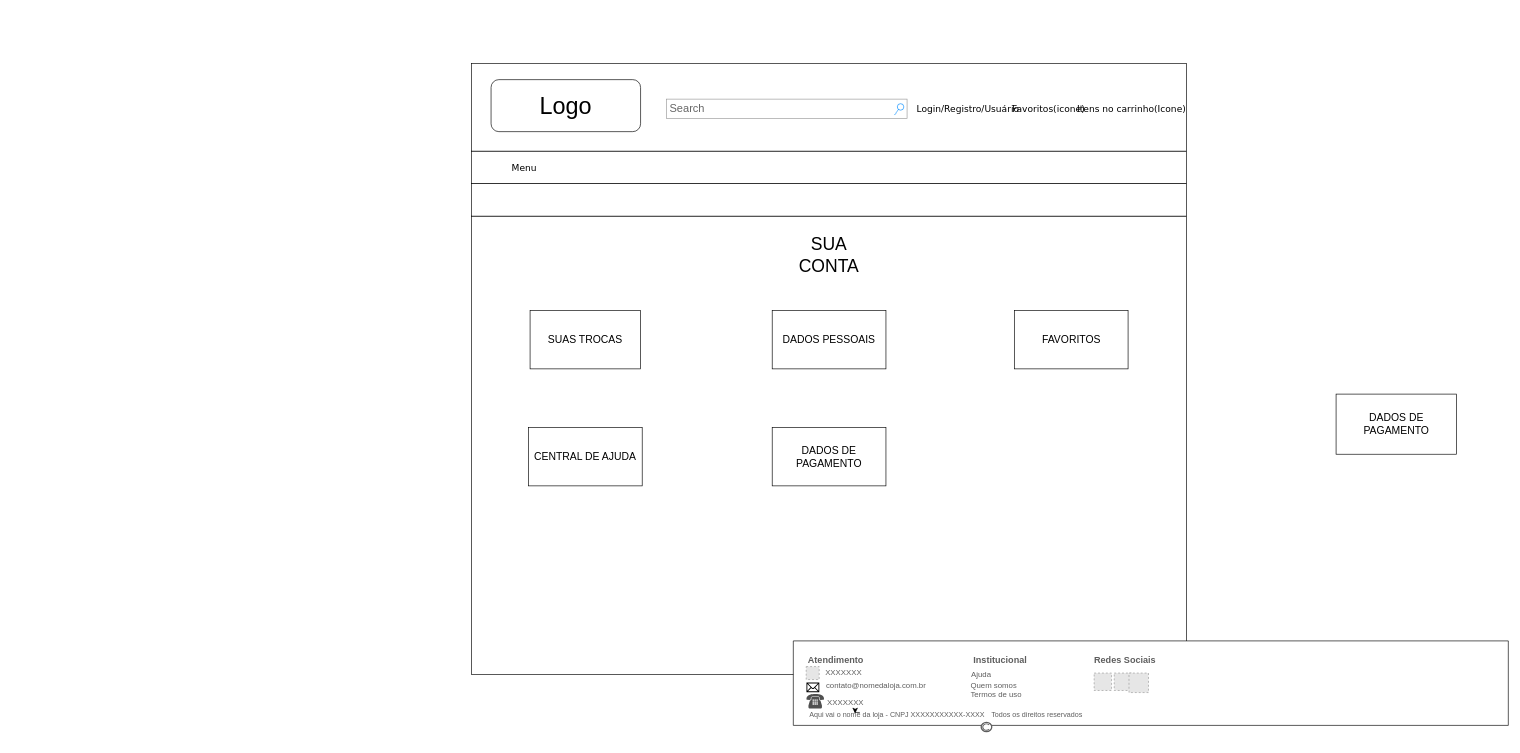
pdaambrosio/dh_group_5 keeps this draw.io diagram as page "2.1 Perfil do cliente" (6 of 17) of wireframe.drawio. Above is the earlier version. Source tidied: cells renumbered, new cells numbered last; positions are measured from the earlier drawing's top-left corner, leaving out a move shared by most shapes. Both pictures are drawn from the tidied source at 65%, with x=0, y=0 at pixel (471, 63). Pictures stored in the file or linked from it are replaced by grey dashed boxes.
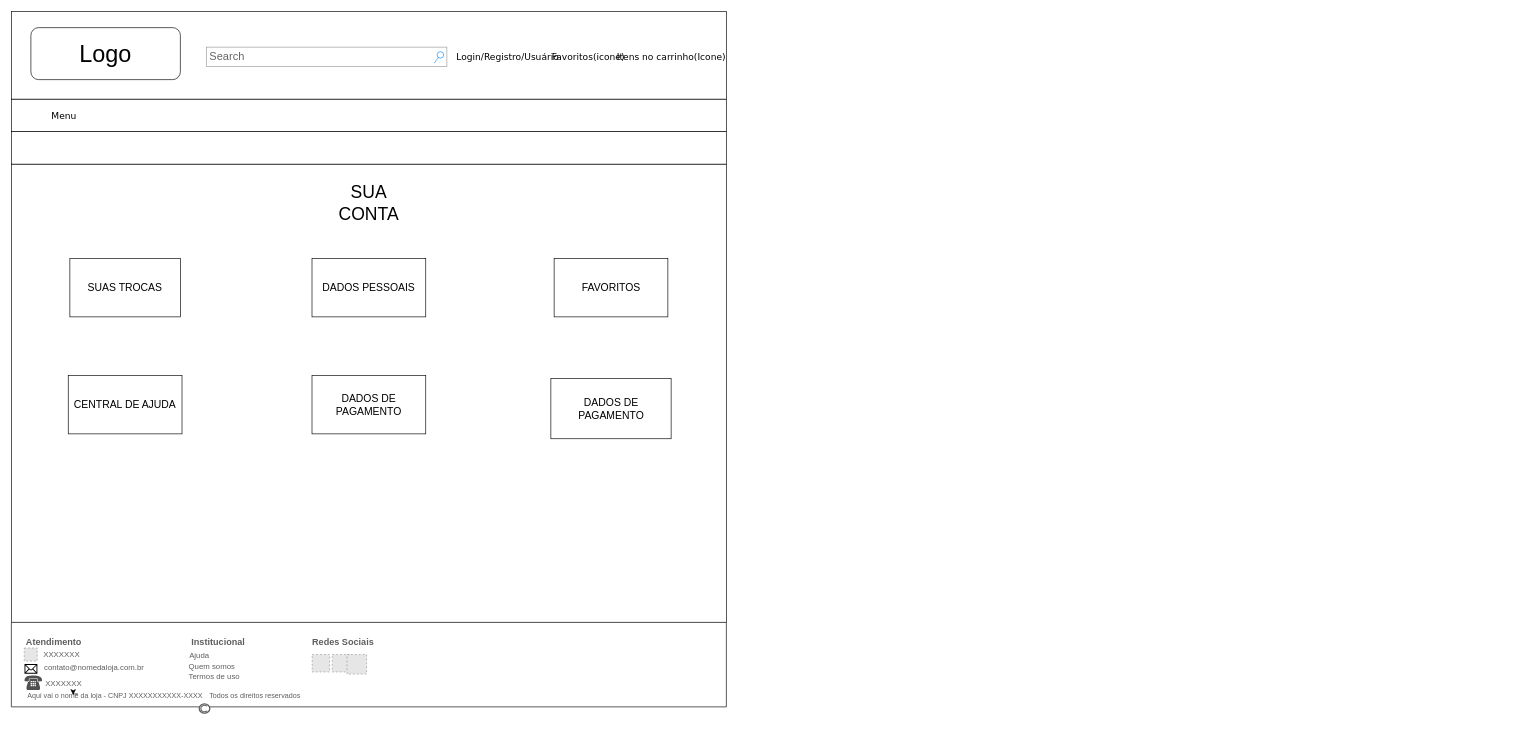
The same page after the edit.

Diff of the diagram source:
```diff
@@
+    <mxCell id="46" style="group;" parent="1" vertex="1">
+      <mxGeometry x="-708" y="-80" width="1100" height="1095.2" as="geometry" />
+    </mxCell>
-    <mxCell id="2" style="rounded=0;whiteSpace=wrap;html=1;" parent="1" vertex="1">
+    <mxCell id="2" style="rounded=0;whiteSpace=wrap;html=1;" parent="46" vertex="1">
       <mxGeometry y="235" width="1100" height="705" as="geometry" />
     </mxCell>
-    <mxCell id="3" style="rounded=0;whiteSpace=wrap;html=1;" parent="1" vertex="1">
-      <mxGeometry x="1330" y="508.8" width="185" height="92.5" as="geometry" />
+    <mxCell id="3" style="rounded=0;whiteSpace=wrap;html=1;" parent="46" vertex="1">
+      <mxGeometry x="830" y="565" width="185" height="92.5" as="geometry" />
     </mxCell>
-    <mxCell id="4" style="rounded=0;whiteSpace=wrap;html=1;" parent="1" vertex="1">
+    <mxCell id="4" style="rounded=0;whiteSpace=wrap;html=1;" parent="46" vertex="1">
       <mxGeometry x="462.5" y="560" width="175" height="90" as="geometry" />
     </mxCell>
-    <mxCell id="5" style="rounded=0;whiteSpace=wrap;html=1;" parent="1" vertex="1">
+    <mxCell id="5" style="rounded=0;whiteSpace=wrap;html=1;" parent="46" vertex="1">
       <mxGeometry y="135" width="1100" height="50" as="geometry" />
     </mxCell>
-    <mxCell id="6" style="rounded=0;whiteSpace=wrap;html=1;" parent="1" vertex="1">
+    <mxCell id="6" style="rounded=0;whiteSpace=wrap;html=1;" parent="46" vertex="1">
       <mxGeometry width="1100" height="135" as="geometry" />
     </mxCell>
-    <mxCell id="7" value="Search" style="strokeWidth=1;shadow=0;dashed=0;align=center;html=1;shape=mxgraph.mockup.forms.searchBox;strokeColor=#999999;mainText=;strokeColor2=#008cff;fontColor=#666666;fontSize=17;align=left;spacingLeft=3;rounded=0;labelBackgroundColor=none;comic=1;" parent="1" vertex="1">
+    <mxCell id="7" value="Search" style="strokeWidth=1;shadow=0;dashed=0;align=center;html=1;shape=mxgraph.mockup.forms.searchBox;strokeColor=#999999;mainText=;strokeColor2=#008cff;fontColor=#666666;fontSize=17;align=left;spacingLeft=3;rounded=0;labelBackgroundColor=none;comic=1;" parent="46" vertex="1">
       <mxGeometry x="300" y="55" width="370" height="30" as="geometry" />
     </mxCell>
-    <mxCell id="8" value="Login/Registro/Usuário" style="text;html=1;align=left;verticalAlign=top;spacingTop=-4;fontSize=14;fontFamily=Verdana;" parent="1" vertex="1">
+    <mxCell id="8" value="Login/Registro/Usuário" style="text;html=1;align=left;verticalAlign=top;spacingTop=-4;fontSize=14;fontFamily=Verdana;" parent="46" vertex="1">
       <mxGeometry x="683" y="60" width="60" height="20" as="geometry" />
     </mxCell>
-    <mxCell id="9" value="Favoritos(icone)" style="text;html=1;align=left;verticalAlign=top;spacingTop=-4;fontSize=14;fontFamily=Verdana;" parent="1" vertex="1">
+    <mxCell id="9" value="Favoritos(icone)" style="text;html=1;align=left;verticalAlign=top;spacingTop=-4;fontSize=14;fontFamily=Verdana;" parent="46" vertex="1">
       <mxGeometry x="830" y="60" width="60" height="20" as="geometry" />
     </mxCell>
-    <mxCell id="10" value="Itens no carrinho(Icone)" style="text;html=1;align=left;verticalAlign=top;spacingTop=-4;fontSize=14;fontFamily=Verdana;" parent="1" vertex="1">
+    <mxCell id="10" value="Itens no carrinho(Icone)" style="text;html=1;align=left;verticalAlign=top;spacingTop=-4;fontSize=14;fontFamily=Verdana;" parent="46" vertex="1">
       <mxGeometry x="930" y="60" width="60" height="20" as="geometry" />
     </mxCell>
-    <mxCell id="11" value="Menu" style="text;html=1;align=left;verticalAlign=top;spacingTop=-4;fontSize=14;fontFamily=Verdana;" parent="1" vertex="1">
+    <mxCell id="11" value="Menu" style="text;html=1;align=left;verticalAlign=top;spacingTop=-4;fontSize=14;fontFamily=Verdana;" parent="46" vertex="1">
       <mxGeometry x="60" y="150" width="60" height="20" as="geometry" />
     </mxCell>
-    <mxCell id="12" value="&lt;font style=&quot;font-size: 36px&quot;&gt;Logo&lt;/font&gt;" style="rounded=1;whiteSpace=wrap;html=1;" parent="1" vertex="1">
+    <mxCell id="12" value="&lt;font style=&quot;font-size: 36px&quot;&gt;Logo&lt;/font&gt;" style="rounded=1;whiteSpace=wrap;html=1;" parent="46" vertex="1">
       <mxGeometry x="30" y="25" width="230" height="80" as="geometry" />
     </mxCell>
-    <mxCell id="13" style="rounded=0;whiteSpace=wrap;html=1;" parent="1" vertex="1">
+    <mxCell id="13" style="rounded=0;whiteSpace=wrap;html=1;" parent="46" vertex="1">
       <mxGeometry y="185" width="1100" height="50" as="geometry" />
     </mxCell>
-    <mxCell id="14" value="&lt;font style=&quot;font-size: 27px&quot;&gt;SUA CONTA&lt;/font&gt;" style="text;html=1;strokeColor=none;fillColor=none;align=center;verticalAlign=middle;whiteSpace=wrap;rounded=0;" parent="1" vertex="1">
+    <mxCell id="14" value="&lt;font style=&quot;font-size: 27px&quot;&gt;SUA CONTA&lt;/font&gt;" style="text;html=1;strokeColor=none;fillColor=none;align=center;verticalAlign=middle;whiteSpace=wrap;rounded=0;" parent="46" vertex="1">
       <mxGeometry x="490" y="250" width="120" height="90" as="geometry" />
     </mxCell>
-    <mxCell id="15" style="rounded=0;whiteSpace=wrap;html=1;" parent="1" vertex="1">
+    <mxCell id="15" style="rounded=0;whiteSpace=wrap;html=1;" parent="46" vertex="1">
       <mxGeometry x="90" y="380" width="170" height="90" as="geometry" />
     </mxCell>
-    <mxCell id="16" value="&lt;font style=&quot;font-size: 16px&quot;&gt;SUAS TROCAS&lt;/font&gt;" style="text;html=1;strokeColor=none;fillColor=none;align=center;verticalAlign=middle;whiteSpace=wrap;rounded=0;" parent="1" vertex="1">
+    <mxCell id="16" value="&lt;font style=&quot;font-size: 16px&quot;&gt;SUAS TROCAS&lt;/font&gt;" style="text;html=1;strokeColor=none;fillColor=none;align=center;verticalAlign=middle;whiteSpace=wrap;rounded=0;" parent="46" vertex="1">
       <mxGeometry x="85" y="390" width="180" height="70" as="geometry" />
     </mxCell>
-    <mxCell id="17" style="rounded=0;whiteSpace=wrap;html=1;" parent="1" vertex="1">
+    <mxCell id="17" style="rounded=0;whiteSpace=wrap;html=1;" parent="46" vertex="1">
       <mxGeometry x="462.5" y="380" width="175" height="90" as="geometry" />
     </mxCell>
-    <mxCell id="18" style="rounded=0;whiteSpace=wrap;html=1;" parent="1" vertex="1">
+    <mxCell id="18" style="rounded=0;whiteSpace=wrap;html=1;" parent="46" vertex="1">
       <mxGeometry x="835" y="380" width="175" height="90" as="geometry" />
     </mxCell>
-    <mxCell id="19" value="&lt;font style=&quot;font-size: 16px&quot;&gt;DADOS PESSOAIS&lt;/font&gt;" style="text;html=1;strokeColor=none;fillColor=none;align=center;verticalAlign=middle;whiteSpace=wrap;rounded=0;" parent="1" vertex="1">
+    <mxCell id="19" value="&lt;font style=&quot;font-size: 16px&quot;&gt;DADOS PESSOAIS&lt;/font&gt;" style="text;html=1;strokeColor=none;fillColor=none;align=center;verticalAlign=middle;whiteSpace=wrap;rounded=0;" parent="46" vertex="1">
       <mxGeometry x="450" y="385" width="200" height="80" as="geometry" />
     </mxCell>
-    <mxCell id="20" value="&lt;span style=&quot;font-size: 16px&quot;&gt;DADOS DE &lt;br&gt;PAGAMENTO&lt;/span&gt;" style="text;html=1;strokeColor=none;fillColor=none;align=center;verticalAlign=middle;whiteSpace=wrap;rounded=0;" parent="1" vertex="1">
+    <mxCell id="20" value="&lt;span style=&quot;font-size: 16px&quot;&gt;DADOS DE &lt;br&gt;PAGAMENTO&lt;/span&gt;" style="text;html=1;strokeColor=none;fillColor=none;align=center;verticalAlign=middle;whiteSpace=wrap;rounded=0;" parent="46" vertex="1">
       <mxGeometry x="450" y="565" width="200" height="80" as="geometry" />
     </mxCell>
-    <mxCell id="21" value="&lt;span style=&quot;font-size: 16px&quot;&gt;FAVORITOS&lt;/span&gt;" style="text;html=1;strokeColor=none;fillColor=none;align=center;verticalAlign=middle;whiteSpace=wrap;rounded=0;" parent="1" vertex="1">
+    <mxCell id="21" value="&lt;span style=&quot;font-size: 16px&quot;&gt;FAVORITOS&lt;/span&gt;" style="text;html=1;strokeColor=none;fillColor=none;align=center;verticalAlign=middle;whiteSpace=wrap;rounded=0;" parent="46" vertex="1">
       <mxGeometry x="822.5" y="385" width="200" height="80" as="geometry" />
     </mxCell>
-    <mxCell id="22" style="rounded=0;whiteSpace=wrap;html=1;" parent="1" vertex="1">
+    <mxCell id="22" style="rounded=0;whiteSpace=wrap;html=1;" parent="46" vertex="1">
       <mxGeometry x="87.5" y="560" width="175" height="90" as="geometry" />
     </mxCell>
-    <mxCell id="23" value="&lt;span style=&quot;font-size: 16px&quot;&gt;CENTRAL DE AJUDA&lt;/span&gt;" style="text;html=1;strokeColor=none;fillColor=none;align=center;verticalAlign=middle;whiteSpace=wrap;rounded=0;" parent="1" vertex="1">
+    <mxCell id="23" value="&lt;span style=&quot;font-size: 16px&quot;&gt;CENTRAL DE AJUDA&lt;/span&gt;" style="text;html=1;strokeColor=none;fillColor=none;align=center;verticalAlign=middle;whiteSpace=wrap;rounded=0;" parent="46" vertex="1">
       <mxGeometry x="75" y="565" width="200" height="80" as="geometry" />
     </mxCell>
-    <mxCell id="24" value="&lt;span style=&quot;font-size: 16px&quot;&gt;DADOS DE &lt;br&gt;PAGAMENTO&lt;/span&gt;" style="text;html=1;strokeColor=none;fillColor=none;align=center;verticalAlign=middle;whiteSpace=wrap;rounded=0;" parent="1" vertex="1">
-      <mxGeometry x="1322.5" y="515" width="200" height="80" as="geometry" />
+    <mxCell id="24" value="&lt;span style=&quot;font-size: 16px&quot;&gt;DADOS DE &lt;br&gt;PAGAMENTO&lt;/span&gt;" style="text;html=1;strokeColor=none;fillColor=none;align=center;verticalAlign=middle;whiteSpace=wrap;rounded=0;" parent="46" vertex="1">
+      <mxGeometry x="822.5" y="571.2" width="200" height="80" as="geometry" />
     </mxCell>
-    <mxCell id="25" style="verticalLabelPosition=bottom;verticalAlign=top;html=1;shape=mxgraph.basic.rect;fillColor2=none;strokeWidth=1;size=20;indent=5;" parent="1" vertex="1">
-      <mxGeometry x="495" y="888.5" width="1100" height="130" as="geometry" />
+    <mxCell id="25" style="verticalLabelPosition=bottom;verticalAlign=top;html=1;shape=mxgraph.basic.rect;fillColor2=none;strokeWidth=1;size=20;indent=5;" parent="46" vertex="1">
+      <mxGeometry y="940" width="1100" height="130" as="geometry" />
     </mxCell>
-    <mxCell id="26" value="&lt;h1&gt;&lt;font style=&quot;font-weight: normal ; font-size: 12px&quot; color=&quot;#5e5e5e&quot;&gt;Ajuda&lt;/font&gt;&lt;/h1&gt;" style="text;html=1;strokeColor=none;fillColor=none;spacing=5;spacingTop=-20;whiteSpace=wrap;overflow=hidden;rounded=0;" parent="1" vertex="1">
-      <mxGeometry x="763.8" y="915.5" width="58.8" height="45" as="geometry" />
+    <mxCell id="26" value="&lt;h1&gt;&lt;font style=&quot;font-weight: normal ; font-size: 12px&quot; color=&quot;#5e5e5e&quot;&gt;Ajuda&lt;/font&gt;&lt;/h1&gt;" style="text;html=1;strokeColor=none;fillColor=none;spacing=5;spacingTop=-20;whiteSpace=wrap;overflow=hidden;rounded=0;" parent="46" vertex="1">
+      <mxGeometry x="268.8" y="967" width="58.8" height="45" as="geometry" />
     </mxCell>
-    <mxCell id="27" value="&lt;h1&gt;&lt;font style=&quot;font-size: 12px ; font-weight: normal&quot; color=&quot;#5e5e5e&quot;&gt;Termos de uso&lt;/font&gt;&lt;/h1&gt;" style="text;html=1;strokeColor=none;fillColor=none;spacing=5;spacingTop=-20;whiteSpace=wrap;overflow=hidden;rounded=0;" parent="1" vertex="1">
-      <mxGeometry x="762.5" y="948" width="100" height="45" as="geometry" />
+    <mxCell id="27" value="&lt;h1&gt;&lt;font style=&quot;font-size: 12px ; font-weight: normal&quot; color=&quot;#5e5e5e&quot;&gt;Termos de uso&lt;/font&gt;&lt;/h1&gt;" style="text;html=1;strokeColor=none;fillColor=none;spacing=5;spacingTop=-20;whiteSpace=wrap;overflow=hidden;rounded=0;" parent="46" vertex="1">
+      <mxGeometry x="267.5" y="999.5" width="100" height="45" as="geometry" />
     </mxCell>
-    <mxCell id="28" style="verticalLabelPosition=bottom;shadow=0;dashed=0;verticalAlign=top;strokeWidth=2;html=1;shape=mxgraph.mockup.misc.copyrightIcon;strokeColor=#5E5E5E;fontSize=10;" parent="1" vertex="1">
-      <mxGeometry x="784" y="1014" width="16.3" height="14.2" as="geometry" />
+    <mxCell id="28" style="verticalLabelPosition=bottom;shadow=0;dashed=0;verticalAlign=top;strokeWidth=2;html=1;shape=mxgraph.mockup.misc.copyrightIcon;strokeColor=#5E5E5E;fontSize=10;" parent="46" vertex="1">
+      <mxGeometry x="289" y="1065.5" width="16.3" height="14.2" as="geometry" />
     </mxCell>
-    <mxCell id="29" value="&lt;h1 style=&quot;font-size: 11px;&quot;&gt;&lt;font style=&quot;font-size: 11px; font-weight: normal;&quot; color=&quot;#5e5e5e&quot;&gt;Todos os direitos reservados&amp;nbsp;&lt;/font&gt;&lt;/h1&gt;" style="text;html=1;strokeColor=none;fillColor=none;spacing=5;spacingTop=-20;whiteSpace=wrap;overflow=hidden;rounded=0;strokeWidth=2;fontSize=11;" parent="1" vertex="1">
-      <mxGeometry x="795" y="998.7" width="199.6" height="45" as="geometry" />
+    <mxCell id="29" value="&lt;h1 style=&quot;font-size: 11px;&quot;&gt;&lt;font style=&quot;font-size: 11px; font-weight: normal;&quot; color=&quot;#5e5e5e&quot;&gt;Todos os direitos reservados&amp;nbsp;&lt;/font&gt;&lt;/h1&gt;" style="text;html=1;strokeColor=none;fillColor=none;spacing=5;spacingTop=-20;whiteSpace=wrap;overflow=hidden;rounded=0;strokeWidth=2;fontSize=11;" parent="46" vertex="1">
+      <mxGeometry x="300" y="1050.2" width="199.6" height="45" as="geometry" />
     </mxCell>
-    <mxCell id="30" style="edgeStyle=orthogonalEdgeStyle;rounded=0;jettySize=auto;html=1;exitX=0.25;exitY=0;exitDx=0;exitDy=0;entryX=0.714;entryY=1.375;entryDx=0;entryDy=0;entryPerimeter=0;" parent="1" edge="1" source="31" target="45">
-      <mxGeometry relative="1" as="geometry" />
-    </mxCell>
-    <mxCell id="31" value="&lt;h1 style=&quot;font-size: 11px;&quot;&gt;&lt;span style=&quot;font-size: 11px; font-weight: 400;&quot;&gt;&lt;font color=&quot;#5e5e5e&quot; style=&quot;font-size: 11px;&quot;&gt;Aqui vai o nome da loja - CNPJ XXXXXXXXXXX-XXXX&lt;/font&gt;&lt;/span&gt;&lt;/h1&gt;" style="text;html=1;strokeColor=none;fillColor=none;spacing=5;spacingTop=-20;whiteSpace=wrap;overflow=hidden;rounded=0;strokeWidth=2;fontSize=11;" parent="1" vertex="1">
-      <mxGeometry x="514.8" y="998.6" width="330" height="45.1" as="geometry" />
+    <mxCell id="31" value="&lt;h1 style=&quot;font-size: 11px;&quot;&gt;&lt;span style=&quot;font-size: 11px; font-weight: 400;&quot;&gt;&lt;font color=&quot;#5e5e5e&quot; style=&quot;font-size: 11px;&quot;&gt;Aqui vai o nome da loja - CNPJ XXXXXXXXXXX-XXXX&lt;/font&gt;&lt;/span&gt;&lt;/h1&gt;" style="text;html=1;strokeColor=none;fillColor=none;spacing=5;spacingTop=-20;whiteSpace=wrap;overflow=hidden;rounded=0;strokeWidth=2;fontSize=11;" parent="46" vertex="1">
+      <mxGeometry x="19.8" y="1050.1" width="330" height="45.1" as="geometry" />
     </mxCell>
-    <mxCell id="32" value="&lt;font color=&quot;#5e5e5e&quot; style=&quot;font-size: 14px&quot;&gt;&lt;b&gt;Redes Sociais&lt;/b&gt;&lt;/font&gt;" style="text;html=1;align=center;verticalAlign=middle;" parent="1" vertex="1">
-      <mxGeometry x="950" y="908" width="110" height="20" as="geometry" />
+    <mxCell id="32" value="&lt;font color=&quot;#5e5e5e&quot; style=&quot;font-size: 14px&quot;&gt;&lt;b&gt;Redes Sociais&lt;/b&gt;&lt;/font&gt;" style="text;html=1;align=center;verticalAlign=middle;" parent="46" vertex="1">
+      <mxGeometry x="455" y="959.5" width="110" height="20" as="geometry" />
     </mxCell>
-    <mxCell id="33" style="group;" parent="1" vertex="1">
-      <mxGeometry x="957.8" y="938" width="88.6" height="30" as="geometry" />
+    <mxCell id="33" style="group;" parent="46" vertex="1">
+      <mxGeometry x="462.8" y="989.5" width="88.6" height="30" as="geometry" />
     </mxCell>
@@
-    <mxCell id="37" value="&lt;font color=&quot;#5e5e5e&quot; size=&quot;1&quot;&gt;&lt;b style=&quot;font-size: 14px&quot;&gt;Atendimento&lt;/b&gt;&lt;/font&gt;" style="text;html=1;align=center;verticalAlign=middle;" parent="1" vertex="1">
-      <mxGeometry x="510" y="908" width="100" height="20" as="geometry" />
+    <mxCell id="37" value="&lt;font color=&quot;#5e5e5e&quot; size=&quot;1&quot;&gt;&lt;b style=&quot;font-size: 14px&quot;&gt;Atendimento&lt;/b&gt;&lt;/font&gt;" style="text;html=1;align=center;verticalAlign=middle;" parent="46" vertex="1">
+      <mxGeometry x="15" y="959.5" width="100" height="20" as="geometry" />
     </mxCell>
-    <mxCell id="38" style="fillColor=#E6E6E6;strokeColor=#999999;dashed=1;html=1;verticalAlign=top;verticalLabelPosition=bottom;labelBackgroundColor=#ffffff;" parent="1" vertex="1">
-      <mxGeometry x="514.8" y="928" width="20" height="20" as="geometry" />
+    <mxCell id="38" style="fillColor=#E6E6E6;strokeColor=#999999;dashed=1;html=1;verticalAlign=top;verticalLabelPosition=bottom;labelBackgroundColor=#ffffff;" parent="46" vertex="1">
+      <mxGeometry x="19.8" y="979.5" width="20" height="20" as="geometry" />
     </mxCell>
-    <mxCell id="39" value="&lt;font color=&quot;#5e5e5e&quot;&gt;XXXXXXX&lt;/font&gt;" style="text;html=1;align=center;verticalAlign=middle;" parent="1" vertex="1">
-      <mxGeometry x="537" y="928" width="70" height="20" as="geometry" />
+    <mxCell id="39" value="&lt;font color=&quot;#5e5e5e&quot;&gt;XXXXXXX&lt;/font&gt;" style="text;html=1;align=center;verticalAlign=middle;" parent="46" vertex="1">
+      <mxGeometry x="42" y="979.5" width="70" height="20" as="geometry" />
     </mxCell>
-    <mxCell id="40" style="shape=mxgraph.signs.tech.mail;html=1;fillColor=#000000;strokeColor=none;verticalLabelPosition=bottom;verticalAlign=top;align=center;" parent="1" vertex="1">
-      <mxGeometry x="515.2" y="952.5" width="19.8" height="15" as="geometry" />
+    <mxCell id="40" style="shape=mxgraph.signs.tech.mail;html=1;fillColor=#000000;strokeColor=none;verticalLabelPosition=bottom;verticalAlign=top;align=center;" parent="46" vertex="1">
+      <mxGeometry x="20.2" y="1004" width="19.8" height="15" as="geometry" />
     </mxCell>
-    <mxCell id="41" value="&lt;font color=&quot;#5e5e5e&quot;&gt;contato@nomedaloja.com.br&lt;br&gt;&lt;/font&gt;" style="text;html=1;align=center;verticalAlign=middle;" parent="1" vertex="1">
-      <mxGeometry x="537" y="948" width="170" height="20" as="geometry" />
+    <mxCell id="41" value="&lt;font color=&quot;#5e5e5e&quot;&gt;contato@nomedaloja.com.br&lt;br&gt;&lt;/font&gt;" style="text;html=1;align=center;verticalAlign=middle;" parent="46" vertex="1">
+      <mxGeometry x="42" y="999.5" width="170" height="20" as="geometry" />
     </mxCell>
-    <mxCell id="42" value="&lt;font color=&quot;#5e5e5e&quot; size=&quot;1&quot;&gt;&lt;b style=&quot;font-size: 14px&quot;&gt;Institucional&lt;br&gt;&lt;/b&gt;&lt;/font&gt;" style="text;html=1;align=center;verticalAlign=middle;" parent="1" vertex="1">
-      <mxGeometry x="762.5" y="908" width="100" height="20" as="geometry" />
+    <mxCell id="42" value="&lt;font color=&quot;#5e5e5e&quot; size=&quot;1&quot;&gt;&lt;b style=&quot;font-size: 14px&quot;&gt;Institucional&lt;br&gt;&lt;/b&gt;&lt;/font&gt;" style="text;html=1;align=center;verticalAlign=middle;" parent="46" vertex="1">
+      <mxGeometry x="267.5" y="959.5" width="100" height="20" as="geometry" />
     </mxCell>
-    <mxCell id="43" value="&lt;h1&gt;&lt;font style=&quot;font-size: 12px ; font-weight: normal&quot; color=&quot;#5e5e5e&quot;&gt;Quem somos&lt;/font&gt;&lt;/h1&gt;&lt;div&gt;&lt;font style=&quot;font-size: 12px ; font-weight: normal&quot; color=&quot;#5e5e5e&quot;&gt;&lt;br&gt;&lt;/font&gt;&lt;/div&gt;" style="text;html=1;strokeColor=none;fillColor=none;spacing=5;spacingTop=-20;whiteSpace=wrap;overflow=hidden;rounded=0;" parent="1" vertex="1">
-      <mxGeometry x="762.5" y="932.5" width="100" height="42" as="geometry" />
+    <mxCell id="43" value="&lt;h1&gt;&lt;font style=&quot;font-size: 12px ; font-weight: normal&quot; color=&quot;#5e5e5e&quot;&gt;Quem somos&lt;/font&gt;&lt;/h1&gt;&lt;div&gt;&lt;font style=&quot;font-size: 12px ; font-weight: normal&quot; color=&quot;#5e5e5e&quot;&gt;&lt;br&gt;&lt;/font&gt;&lt;/div&gt;" style="text;html=1;strokeColor=none;fillColor=none;spacing=5;spacingTop=-20;whiteSpace=wrap;overflow=hidden;rounded=0;" parent="46" vertex="1">
+      <mxGeometry x="267.5" y="984" width="100" height="42" as="geometry" />
     </mxCell>
-    <mxCell id="44" style="shadow=0;dashed=0;html=1;strokeColor=none;fillColor=#505050;labelPosition=center;verticalLabelPosition=bottom;verticalAlign=top;align=center;shape=mxgraph.office.devices.phone_traditional;fontSize=11;" parent="1" vertex="1">
-      <mxGeometry x="515.2" y="970" width="27" height="22.5" as="geometry" />
+    <mxCell id="44" style="shadow=0;dashed=0;html=1;strokeColor=none;fillColor=#505050;labelPosition=center;verticalLabelPosition=bottom;verticalAlign=top;align=center;shape=mxgraph.office.devices.phone_traditional;fontSize=11;" parent="46" vertex="1">
+      <mxGeometry x="20.2" y="1021.5" width="27" height="22.5" as="geometry" />
     </mxCell>
-    <mxCell id="45" value="&lt;font color=&quot;#5e5e5e&quot;&gt;XXXXXXX&lt;/font&gt;" style="text;html=1;align=center;verticalAlign=middle;points=[];" parent="1" vertex="1">
-      <mxGeometry x="540" y="972.5" width="70" height="20" as="geometry" />
+    <mxCell id="45" value="&lt;font color=&quot;#5e5e5e&quot;&gt;XXXXXXX&lt;/font&gt;" style="text;html=1;align=center;verticalAlign=middle;points=[];" parent="46" vertex="1">
+      <mxGeometry x="45" y="1024" width="70" height="20" as="geometry" />
     </mxCell>
+    <mxCell id="30" style="edgeStyle=orthogonalEdgeStyle;rounded=0;jettySize=auto;html=1;exitX=0.25;exitY=0;exitDx=0;exitDy=0;entryX=0.714;entryY=1.375;entryDx=0;entryDy=0;entryPerimeter=0;" parent="46" edge="1" source="31" target="45">
+      <mxGeometry relative="1" as="geometry" />
+    </mxCell>
```
